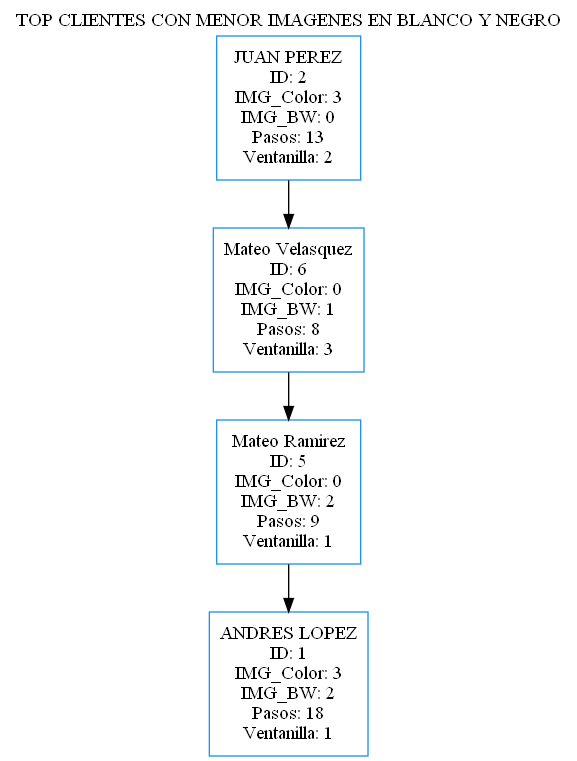
Above: [EDD]PROYECTO_FASE1_202010223/top2.png in LuisBarrera23/EDD_PROYECTO_FASE1_202010223 (Graphviz), before the change. Its source is kept beside it as [EDD]PROYECTO_FASE1_202010223/top2.dot.
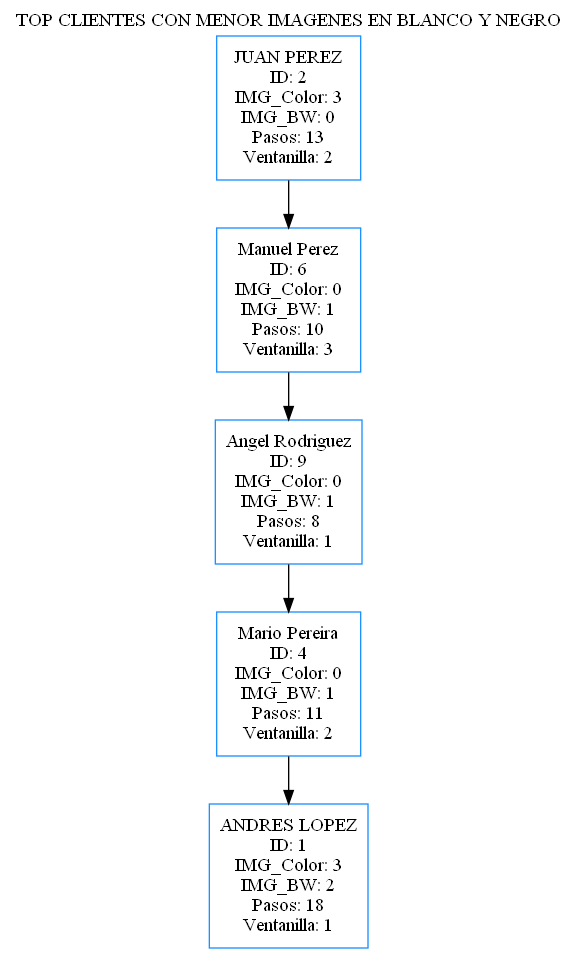
Later version of the same file.

What changed in the source:
```diff
@@ -3,11 +3,13 @@
 labelloc = "t"
 node [shape=BOX,color=dodgerblue1];
 cliente1791741888[label="JUAN PEREZ\nID: 2\nIMG_Color: 3\nIMG_BW: 0\nPasos: 13\nVentanilla: 2", width=1.5,height=1.5];
-cliente189568618[label="Mateo Velasquez\nID: 6\nIMG_Color: 0\nIMG_BW: 1\nPasos: 8\nVentanilla: 3", width=1.5,height=1.5];
-cliente284720968[label="Mateo Ramirez\nID: 5\nIMG_Color: 0\nIMG_BW: 2\nPasos: 9\nVentanilla: 1", width=1.5,height=1.5];
+cliente189568618[label="Manuel Perez\nID: 6\nIMG_Color: 0\nIMG_BW: 1\nPasos: 10\nVentanilla: 3", width=1.5,height=1.5];
+cliente495053715[label="Angel Rodriguez\nID: 9\nIMG_Color: 0\nIMG_BW: 1\nPasos: 8\nVentanilla: 1", width=1.5,height=1.5];
+cliente1915910607[label="Mario Pereira\nID: 4\nIMG_Color: 0\nIMG_BW: 1\nPasos: 11\nVentanilla: 2", width=1.5,height=1.5];
 cliente2065951873[label="ANDRES LOPEZ\nID: 1\nIMG_Color: 3\nIMG_BW: 2\nPasos: 18\nVentanilla: 1", width=1.5,height=1.5];
 cliente1791741888->cliente189568618;
-cliente189568618->cliente284720968;
-cliente284720968->cliente2065951873;
+cliente189568618->cliente495053715;
+cliente495053715->cliente1915910607;
+cliente1915910607->cliente2065951873;
 
 }
```
